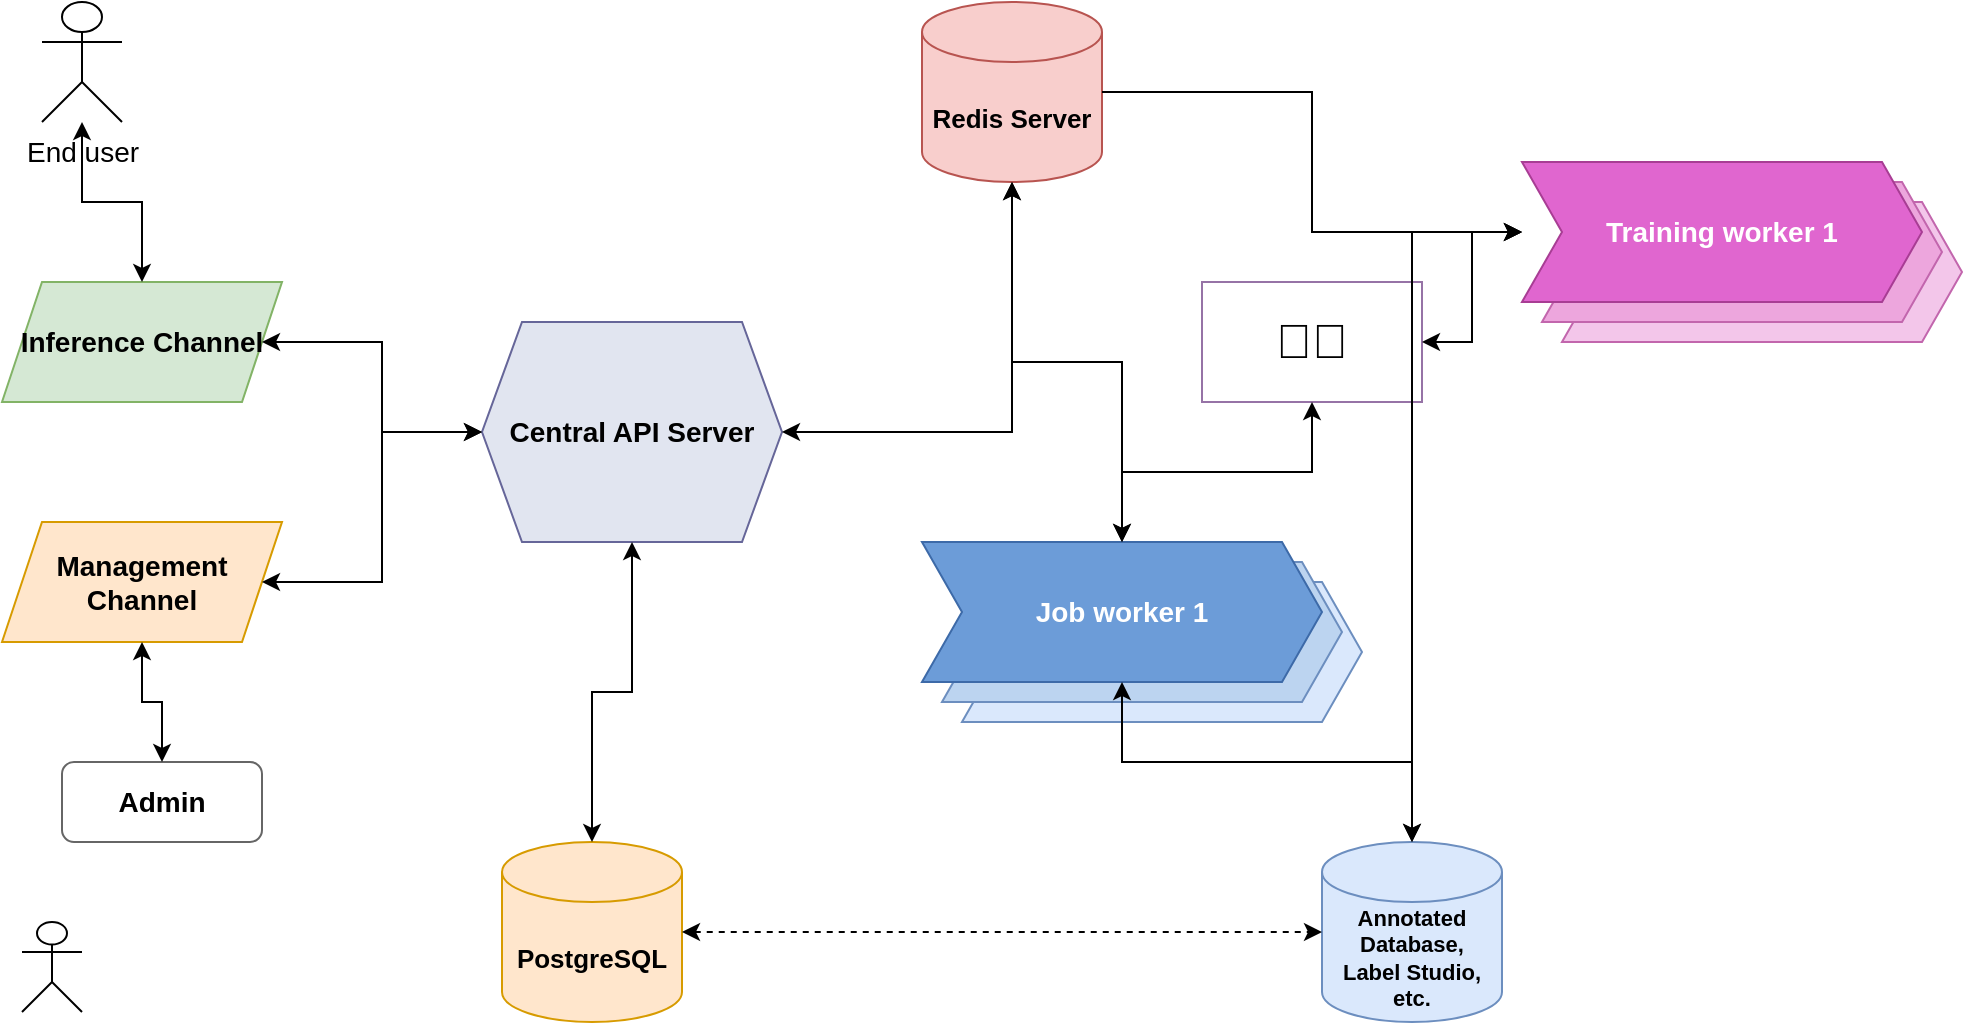
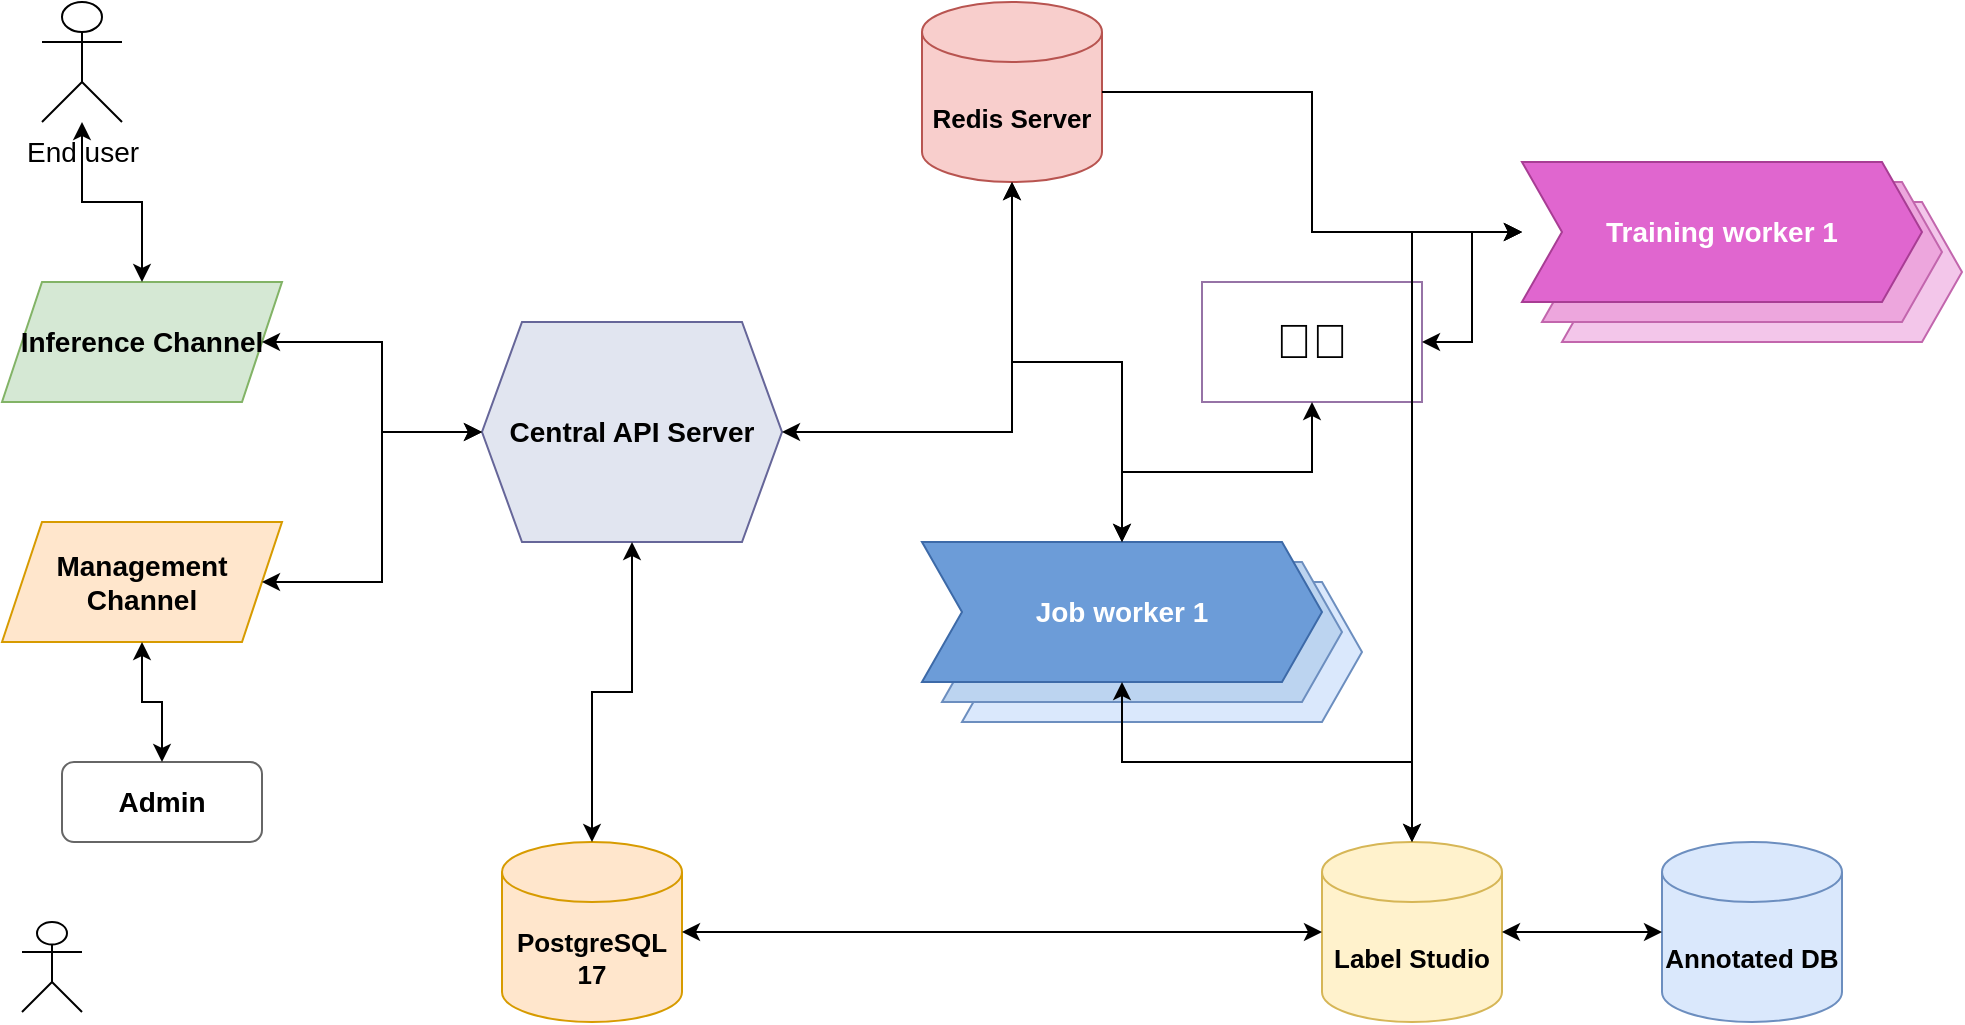
<mxfile host="65bd71144e">
    <diagram id="5KAFenfT5CQU9z7iqvRB" name="Page-1">
        <mxGraphModel dx="1068" dy="1137" grid="1" gridSize="10" guides="1" tooltips="1" connect="1" arrows="1" fold="1" page="1" pageScale="1" pageWidth="1100" pageHeight="800" math="0" shadow="0">
            <root>
                <mxCell id="0"/>
                <mxCell id="1" parent="0"/>
                <mxCell id="end_user" value="End user" style="shape=umlActor;verticalLabelPosition=bottom;verticalAlign=top;html=1;outlineConnect=0;fontColor=#000000;fontSize=14;" vertex="1" parent="1">
                    <mxGeometry x="40" y="40" width="40" height="60" as="geometry"/>
                </mxCell>
                <mxCell id="inference_channel" value="Inference Channel" style="shape=parallelogram;perimeter=parallelogramPerimeter;whiteSpace=wrap;html=1;fixedSize=1;fillColor=#d5e8d4;strokeColor=#82b366;fontColor=#000000;fontSize=14;fontStyle=1;" vertex="1" parent="1">
                    <mxGeometry x="20" y="180" width="140" height="60" as="geometry"/>
                </mxCell>
                <mxCell id="management_channel" value="Management Channel" style="shape=parallelogram;perimeter=parallelogramPerimeter;whiteSpace=wrap;html=1;fixedSize=1;fillColor=#ffe6cc;strokeColor=#d79b00;fontColor=#000000;fontSize=14;fontStyle=1;" vertex="1" parent="1">
                    <mxGeometry x="20" y="300" width="140" height="60" as="geometry"/>
                </mxCell>
                <mxCell id="admin" value="Admin" style="rounded=1;whiteSpace=wrap;html=1;fillColor=#ffffff;strokeColor=#666666;fontColor=#000000;fontSize=14;fontStyle=1;" vertex="1" parent="1">
                    <mxGeometry x="50" y="420" width="100" height="40" as="geometry"/>
                </mxCell>
                <mxCell id="admin_users" value="" style="shape=umlActor;verticalLabelPosition=bottom;verticalAlign=top;html=1;outlineConnect=0;fontColor=#000000;fontSize=14;" vertex="1" parent="1">
                    <mxGeometry x="30" y="500" width="30" height="45" as="geometry"/>
                </mxCell>
                <mxCell id="central_api" value="Central API Server" style="shape=hexagon;perimeter=hexagonPerimeter2;whiteSpace=wrap;html=1;fixedSize=1;fillColor=#e1e5f0;strokeColor=#666699;fontColor=#000000;fontSize=14;fontStyle=1;" vertex="1" parent="1">
                    <mxGeometry x="260" y="200" width="150" height="110" as="geometry"/>
                </mxCell>
                <mxCell id="redis_server" value="Redis Server" style="shape=cylinder3;whiteSpace=wrap;html=1;boundedLbl=1;backgroundOutline=1;size=15;fillColor=#f8cecc;strokeColor=#b85450;fontColor=#000000;fontSize=13;fontStyle=1;fontBackgroundColor=#ffffff;" vertex="1" parent="1">
                    <mxGeometry x="480" y="40" width="90" height="90" as="geometry"/>
                </mxCell>
                <mxCell id="brain_box" value="🧠🧠" style="rounded=0;whiteSpace=wrap;html=1;fillColor=none;strokeColor=#9673a6;fontSize=24;fontColor=#000000;" vertex="1" parent="1">
                    <mxGeometry x="620" y="180" width="110" height="60" as="geometry"/>
                </mxCell>
                <mxCell id="job_worker_bg2" value="" style="shape=step;whiteSpace=wrap;html=1;fixedSize=1;fillColor=#dae8fc;strokeColor=#6c8ebf;" vertex="1" parent="1">
                    <mxGeometry x="500" y="330" width="200" height="70" as="geometry"/>
                </mxCell>
                <mxCell id="job_worker_bg1" value="" style="shape=step;whiteSpace=wrap;html=1;fixedSize=1;fillColor=#bcd4f0;strokeColor=#6c8ebf;" vertex="1" parent="1">
                    <mxGeometry x="490" y="320" width="200" height="70" as="geometry"/>
                </mxCell>
                <mxCell id="job_worker_1" value="Job worker 1" style="shape=step;whiteSpace=wrap;html=1;fixedSize=1;fillColor=#6c9cd8;strokeColor=#3d6aa8;fontColor=#ffffff;fontSize=14;fontStyle=1;" vertex="1" parent="1">
                    <mxGeometry x="480" y="310" width="200" height="70" as="geometry"/>
                </mxCell>
                <mxCell id="training_worker_bg2" value="" style="shape=step;whiteSpace=wrap;html=1;fixedSize=1;fillColor=#f3c6ea;strokeColor=#c266ad;" vertex="1" parent="1">
                    <mxGeometry x="800" y="140" width="200" height="70" as="geometry"/>
                </mxCell>
                <mxCell id="training_worker_bg1" value="" style="shape=step;whiteSpace=wrap;html=1;fixedSize=1;fillColor=#eda6dd;strokeColor=#c266ad;" vertex="1" parent="1">
                    <mxGeometry x="790" y="130" width="200" height="70" as="geometry"/>
                </mxCell>
                <mxCell id="training_worker_1" value="Training worker 1" style="shape=step;whiteSpace=wrap;html=1;fixedSize=1;fillColor=#e066cf;strokeColor=#a83d94;fontColor=#ffffff;fontSize=14;fontStyle=1;" vertex="1" parent="1">
                    <mxGeometry x="780" y="120" width="200" height="70" as="geometry"/>
                </mxCell>
-                 <mxCell id="postgresql" value="PostgreSQL" style="shape=cylinder3;whiteSpace=wrap;html=1;boundedLbl=1;backgroundOutline=1;size=15;fillColor=#ffe6cc;strokeColor=#d79b00;fontColor=#000000;fontSize=13;fontStyle=1;fontBackgroundColor=#ffffff;" vertex="1" parent="1">
+                 <mxCell id="postgresql" value="PostgreSQL 17" style="shape=cylinder3;whiteSpace=wrap;html=1;boundedLbl=1;backgroundOutline=1;size=15;fillColor=#ffe6cc;strokeColor=#d79b00;fontColor=#000000;fontSize=13;fontStyle=1;fontBackgroundColor=#ffffff;" vertex="1" parent="1">
                    <mxGeometry x="270" y="460" width="90" height="90" as="geometry"/>
                </mxCell>
-                 <mxCell id="annotated_db" value="Annotated Database,&#10;Label Studio, etc." style="shape=cylinder3;whiteSpace=wrap;html=1;boundedLbl=1;backgroundOutline=1;size=15;fillColor=#dae8fc;strokeColor=#6c8ebf;fontColor=#000000;fontSize=11;fontStyle=1;fontBackgroundColor=#ffffff;" vertex="1" parent="1">
+                 <mxCell id="label_studio" value="Label Studio" style="shape=cylinder3;whiteSpace=wrap;html=1;boundedLbl=1;backgroundOutline=1;size=15;fillColor=#fff2cc;strokeColor=#d6b656;fontColor=#000000;fontSize=13;fontStyle=1;fontBackgroundColor=#ffffff;" vertex="1" parent="1">
                    <mxGeometry x="680" y="460" width="90" height="90" as="geometry"/>
+                 </mxCell>
+                 <mxCell id="annotated_db" value="Annotated DB" style="shape=cylinder3;whiteSpace=wrap;html=1;boundedLbl=1;backgroundOutline=1;size=15;fillColor=#dae8fc;strokeColor=#6c8ebf;fontColor=#000000;fontSize=13;fontStyle=1;fontBackgroundColor=#ffffff;" vertex="1" parent="1">
+                     <mxGeometry x="850" y="460" width="90" height="90" as="geometry"/>
                </mxCell>
                <mxCell id="e1" style="edgeStyle=orthogonalEdgeStyle;rounded=0;html=1;startArrow=classic;startFill=1;endArrow=classic;endFill=1;" edge="1" parent="1" source="end_user" target="inference_channel">
                    <mxGeometry relative="1" as="geometry"/>
                </mxCell>
                <mxCell id="e2" style="edgeStyle=orthogonalEdgeStyle;rounded=0;html=1;startArrow=classic;startFill=1;endArrow=classic;endFill=1;" edge="1" parent="1" source="admin" target="management_channel">
                    <mxGeometry relative="1" as="geometry"/>
                </mxCell>
                <mxCell id="e3" style="edgeStyle=orthogonalEdgeStyle;rounded=0;html=1;startArrow=classic;startFill=1;endArrow=classic;endFill=1;" edge="1" parent="1" source="inference_channel" target="central_api">
                    <mxGeometry relative="1" as="geometry"/>
                </mxCell>
                <mxCell id="e4" style="edgeStyle=orthogonalEdgeStyle;rounded=0;html=1;startArrow=classic;startFill=1;endArrow=classic;endFill=1;" edge="1" parent="1" source="management_channel" target="central_api">
                    <mxGeometry relative="1" as="geometry"/>
                </mxCell>
                <mxCell id="e5" style="edgeStyle=orthogonalEdgeStyle;rounded=0;html=1;startArrow=classic;startFill=1;endArrow=classic;endFill=1;" edge="1" parent="1" source="central_api" target="redis_server">
                    <mxGeometry relative="1" as="geometry"/>
                </mxCell>
                <mxCell id="e6" style="edgeStyle=orthogonalEdgeStyle;rounded=0;html=1;startArrow=classic;startFill=1;endArrow=classic;endFill=1;" edge="1" parent="1" source="central_api" target="postgresql">
                    <mxGeometry relative="1" as="geometry"/>
                </mxCell>
                <mxCell id="e7" style="edgeStyle=orthogonalEdgeStyle;rounded=0;html=1;startArrow=classic;startFill=1;endArrow=classic;endFill=1;" edge="1" parent="1" source="redis_server" target="job_worker_1">
                    <mxGeometry relative="1" as="geometry"/>
                </mxCell>
                <mxCell id="e8" style="edgeStyle=orthogonalEdgeStyle;rounded=0;html=1;startArrow=none;endArrow=classic;endFill=1;" edge="1" parent="1" source="redis_server" target="training_worker_1">
                    <mxGeometry relative="1" as="geometry"/>
                </mxCell>
                <mxCell id="e9" style="edgeStyle=orthogonalEdgeStyle;rounded=0;html=1;startArrow=classic;startFill=1;endArrow=classic;endFill=1;" edge="1" parent="1" source="job_worker_1" target="brain_box">
                    <mxGeometry relative="1" as="geometry"/>
                </mxCell>
                <mxCell id="e10" style="edgeStyle=orthogonalEdgeStyle;rounded=0;html=1;startArrow=classic;startFill=1;endArrow=classic;endFill=1;" edge="1" parent="1" source="brain_box" target="training_worker_1">
                    <mxGeometry relative="1" as="geometry"/>
                </mxCell>
-                 <mxCell id="e11" style="edgeStyle=orthogonalEdgeStyle;rounded=0;html=1;startArrow=classic;startFill=1;endArrow=classic;endFill=1;" edge="1" parent="1" source="job_worker_1" target="annotated_db">
+                 <mxCell id="e11" style="edgeStyle=orthogonalEdgeStyle;rounded=0;html=1;startArrow=classic;startFill=1;endArrow=classic;endFill=1;" edge="1" parent="1" source="job_worker_1" target="label_studio">
                    <mxGeometry relative="1" as="geometry"/>
                </mxCell>
-                 <mxCell id="e12" style="edgeStyle=orthogonalEdgeStyle;rounded=0;html=1;startArrow=classic;startFill=1;endArrow=classic;endFill=1;" edge="1" parent="1" source="training_worker_1" target="annotated_db">
+                 <mxCell id="e12" style="edgeStyle=orthogonalEdgeStyle;rounded=0;html=1;startArrow=classic;startFill=1;endArrow=classic;endFill=1;" edge="1" parent="1" source="training_worker_1" target="label_studio">
                    <mxGeometry relative="1" as="geometry"/>
                </mxCell>
-                 <mxCell id="e13" style="edgeStyle=orthogonalEdgeStyle;rounded=0;html=1;dashed=1;startArrow=classic;startFill=1;endArrow=classic;endFill=1;" edge="1" parent="1" source="postgresql" target="annotated_db">
+                 <mxCell id="e13" style="edgeStyle=orthogonalEdgeStyle;rounded=0;html=1;startArrow=classic;startFill=1;endArrow=classic;endFill=1;" edge="1" parent="1" source="postgresql" target="label_studio">
+                     <mxGeometry relative="1" as="geometry"/>
+                 </mxCell>
+                 <mxCell id="e14" style="edgeStyle=orthogonalEdgeStyle;rounded=0;html=1;startArrow=classic;startFill=1;endArrow=classic;endFill=1;" edge="1" parent="1" source="label_studio" target="annotated_db">
                    <mxGeometry relative="1" as="geometry"/>
                </mxCell>
            </root>
        </mxGraphModel>
    </diagram>
</mxfile>